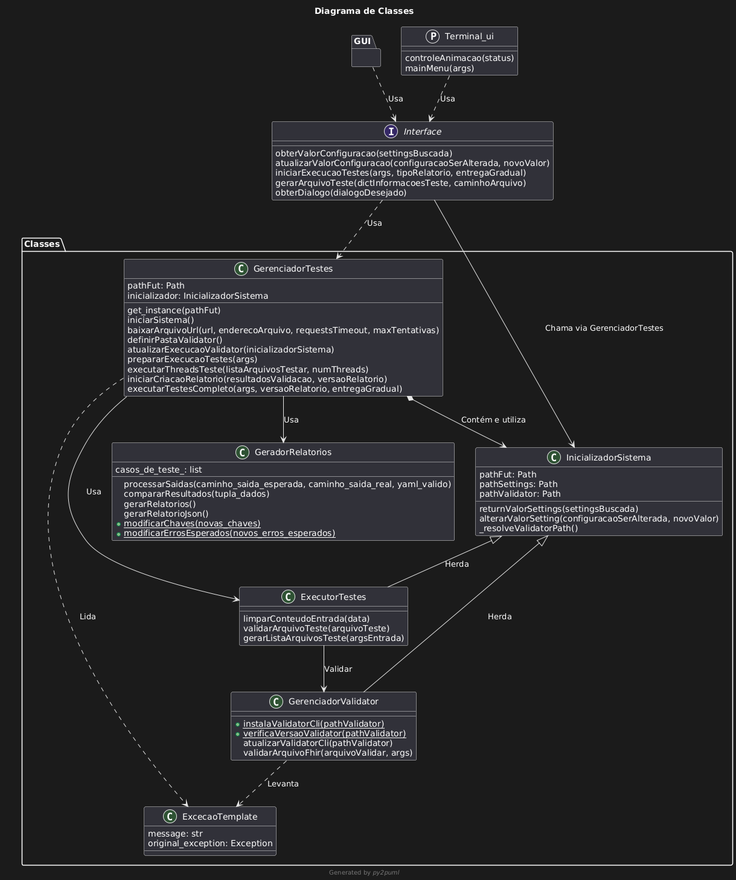
LeonardoCFilho/fut keeps this PlantUML diagram as Documentacao/Diagramas/DiagramaClasse.png. Above is the earlier version. Its source is kept beside it as Documentacao/Diagramas/DiagramaClasse.puml.
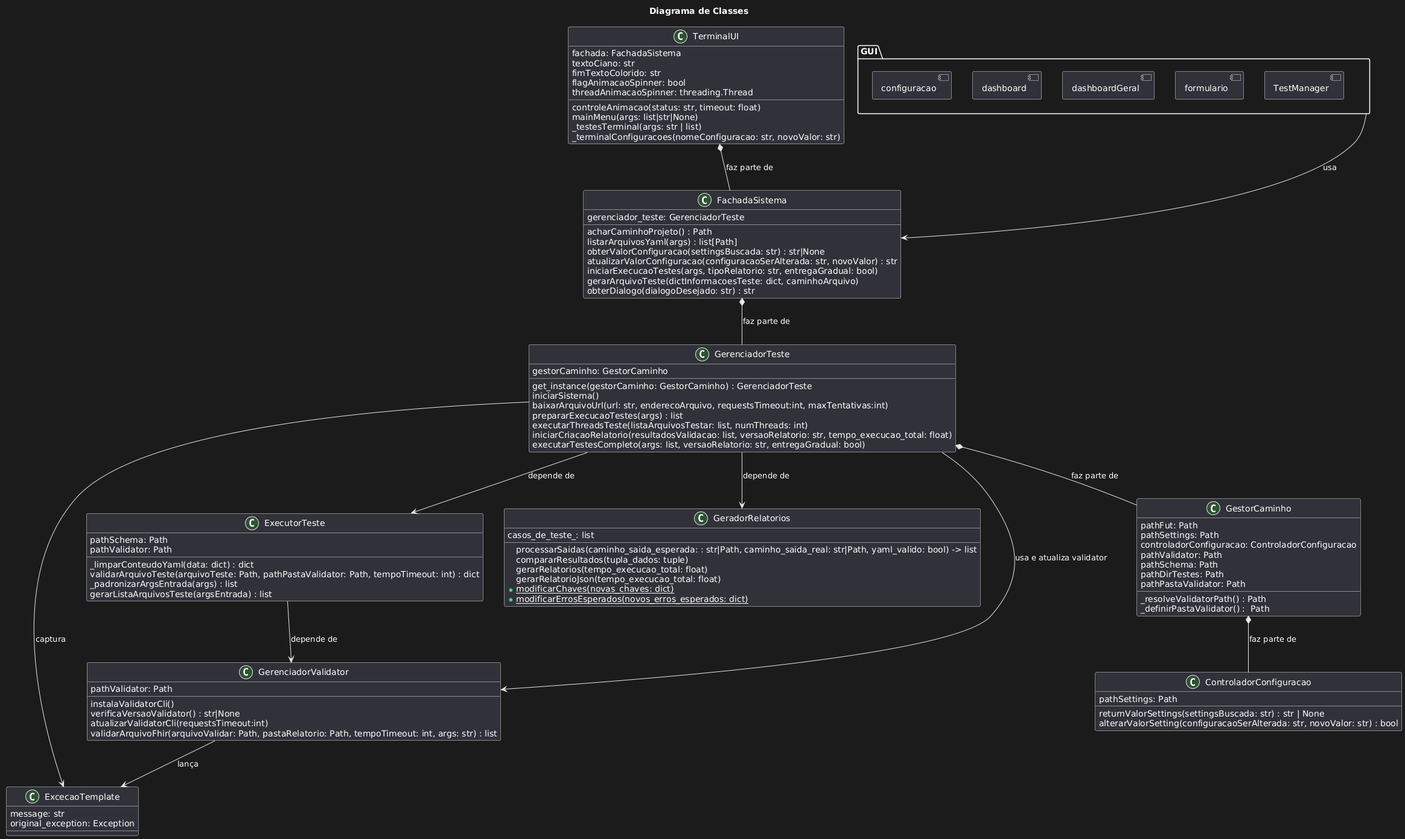
Above is the later version.

Commit message:
Melhorando a nome e descrição de alguns metodos, transformado a maioria dos scripts para classes e atualizando o diagrama de classes

The edit, as a diff of the source:
```diff
@@ -1,78 +1,114 @@
 @startuml Classes
 
 title Diagrama de Classes
+top to bottom direction
+class ControladorConfiguracao {
+    pathSettings: Path
+    returnValorSettings(settingsBuscada: str) : str | None
+    alterarValorSetting(configuracaoSerAlterada: str, novoValor: str) : bool
+}
+class ExcecaoTemplate {
+    message: str
+    original_exception: Exception
+}
+class ExecutorTeste {
+    pathSchema: Path
+    pathValidator: Path
+    _limparConteudoYaml(data: dict) : dict
+    validarArquivoTeste(arquivoTeste: Path, pathPastaValidator: Path, tempoTimeout: int) : dict
+    _padronizarArgsEntrada(args) : list
+    gerarListaArquivosTeste(argsEntrada) : list
 
-class Classes.ExcecaoTemplate {
-  message: str
-  original_exception: Exception
 }
-class Classes.ExecutorTeste {
-  limparConteudoEntrada(data)
-  validarArquivoTeste(arquivoTeste)
-  gerarListaArquivosTeste(argsEntrada)
+class GeradorRelatorios {
+    casos_de_teste_: list
+    processarSaidas(caminho_saida_esperada: : str|Path, caminho_saida_real: str|Path, yaml_valido: bool) -> list
+    compararResultados(tupla_dados: tuple)
+    gerarRelatorios(tempo_execucao_total: float)
+    gerarRelatorioJson(tempo_execucao_total: float)
+    {static} +modificarChaves(novas_chaves: dict)
+    {static} +modificarErrosEsperados(novos_erros_esperados: dict)
 }
-class Classes.SetupSistema {
-  pathFut: Path
-  pathSettings: Path
-  pathValidator: Path
-  returnValorSettings(settingsBuscada)
-  alterarValorSetting(configuracaoSerAlterada, novoValor)
-  _resolveValidatorPath()
+class GerenciadorTeste {
+    gestorCaminho: GestorCaminho
+    get_instance(gestorCaminho: GestorCaminho) : GerenciadorTeste
+    iniciarSistema()
+    baixarArquivoUrl(url: str, enderecoArquivo, requestsTimeout:int, maxTentativas:int)
+    prepararExecucaoTestes(args) : list
+    executarThreadsTeste(listaArquivosTestar: list, numThreads: int)
+    iniciarCriacaoRelatorio(resultadosValidacao: list, versaoRelatorio: str, tempo_execucao_total: float)
+    executarTestesCompleto(args: list, versaoRelatorio: str, entregaGradual: bool)
 }
-class Classes.GeradorRelatorios {
-  casos_de_teste_: list
-  processarSaidas(caminho_saida_esperada, caminho_saida_real, yaml_valido)
-  compararResultados(tupla_dados)
-  gerarRelatorios()
-  gerarRelatorioJson()
-  {static} +modificarChaves(novas_chaves)
-  {static} +modificarErrosEsperados(novos_erros_esperados)
+class GerenciadorValidator {
+    pathValidator: Path
+    instalaValidatorCli()
+    verificaVersaoValidator() : str|None
+    atualizarValidatorCli(requestsTimeout:int)
+    validarArquivoFhir(arquivoValidar: Path, pastaRelatorio: Path, tempoTimeout: int, args: str) : list
 }
-class Classes.GerenciadorTeste {
-  pathFut: Path
-  inicializador: SetupSistema
-  get_instance(pathFut)
-  iniciarSistema()
-  baixarArquivoUrl(url, enderecoArquivo, requestsTimeout, maxTentativas)
-  definirPastaValidator()
-  atualizarExecucaoValidator(inicializadorSistema)
-  prepararExecucaoTestes(args)
-  executarThreadsTeste(listaArquivosTestar, numThreads)
-  iniciarCriacaoRelatorio(resultadosValidacao, versaoRelatorio)
-  executarTestesCompleto(args, versaoRelatorio, entregaGradual)
+class GestorCaminho {
+    pathFut: Path
+    pathSettings: Path
+    controladorConfiguracao: ControladorConfiguracao
+    pathValidator: Path
+    pathSchema: Path
+    pathDirTestes: Path
+    pathPastaValidator: Path
+    _resolveValidatorPath() : Path
+    _definirPastaValidator() :  Path
+
 }
-class Classes.GerenciadorValidator {
-  {static} +instalaValidatorCli(pathValidator)
-  {static} +verificaVersaoValidator(pathValidator)
-  atualizarValidatorCli(pathValidator)
-  validarArquivoFhir(arquivoValidar, args)
+class FachadaSistema {
+    gerenciador_teste: GerenciadorTeste
+    acharCaminhoProjeto() : Path
+    listarArquivosYaml(args) : list[Path]
+    obterValorConfiguracao(settingsBuscada: str) : str|None
+    atualizarValorConfiguracao(configuracaoSerAlterada: str, novoValor) : str
+    iniciarExecucaoTestes(args, tipoRelatorio: str, entregaGradual: bool)
+    gerarArquivoTeste(dictInformacoesTeste: dict, caminhoArquivo)
+    obterDialogo(dialogoDesejado: str) : str
 }
-interface Interface {
-  obterValorConfiguracao(settingsBuscada)
-  atualizarValorConfiguracao(configuracaoSerAlterada, novoValor)
-  iniciarExecucaoTestes(args, tipoRelatorio, entregaGradual)
-  gerarArquivoTeste(dictInformacoesTeste, caminhoArquivo)
-  obterDialogo(dialogoDesejado)
-}
-protocol Terminal_ui {
-  controleAnimacao(status)
-  mainMenu(args)
+class TerminalUI {
+    fachada: FachadaSistema
+    textoCiano: str
+    fimTextoColorido: str
+    flagAnimacaoSpinner: bool
+    threadAnimacaoSpinner: threading.Thread
+    controleAnimacao(status: str, timeout: float)
+    mainMenu(args: list|str|None)
+    _testesTerminal(args: str | list)
+    _terminalConfiguracoes(nomeConfiguracao: str, novoValor: str)
 }
 package GUI {
+    component configuracao{
 
+    }
+    component dashboard{
+
+    }
+    component dashboardGeral{
+
+    }
+    component formulario{
+
+    }
+    component TestManager{
+
+    }
 }
 
-Classes.SetupSistema <|-- Classes.ExecutorTeste : Herda
-Classes.SetupSistema <|-- Classes.GerenciadorValidator : Herda
-Classes.ExecutorTeste --> Classes.GerenciadorValidator : Validar
-Classes.GerenciadorTeste ..> Classes.ExcecaoTemplate : Lida
-Classes.GerenciadorValidator ..> Classes.ExcecaoTemplate : Levanta
-Classes.GerenciadorTeste --> Classes.ExecutorTeste : Usa
-Classes.GerenciadorTeste --> Classes.GeradorRelatorios : Usa
-Classes.GerenciadorTeste *--> Classes.SetupSistema : Contém e utiliza
-Interface ..> GerenciadorTeste : Usa
-Interface --> SetupSistema : Chama via GerenciadorTeste
-Terminal_ui ..> Interface : Usa
-GUI ..> Interface : Usa
-footer Generated by //py2puml//
+GUI --> FachadaSistema : usa
+GerenciadorTeste --> GeradorRelatorios : depende de
+GerenciadorTeste --> ExecutorTeste : depende de
+ExecutorTeste --> GerenciadorValidator : depende de
+GerenciadorTeste --> GerenciadorValidator : usa e atualiza validator
+
+GerenciadorValidator --> ExcecaoTemplate : lança
+GerenciadorTeste --> ExcecaoTemplate : captura
+
+GerenciadorTeste *-- GestorCaminho : faz parte de
+GestorCaminho *-- ControladorConfiguracao : faz parte de
+FachadaSistema *-- GerenciadorTeste : faz parte de
+TerminalUI *-- FachadaSistema : faz parte de
+
 @enduml
```
